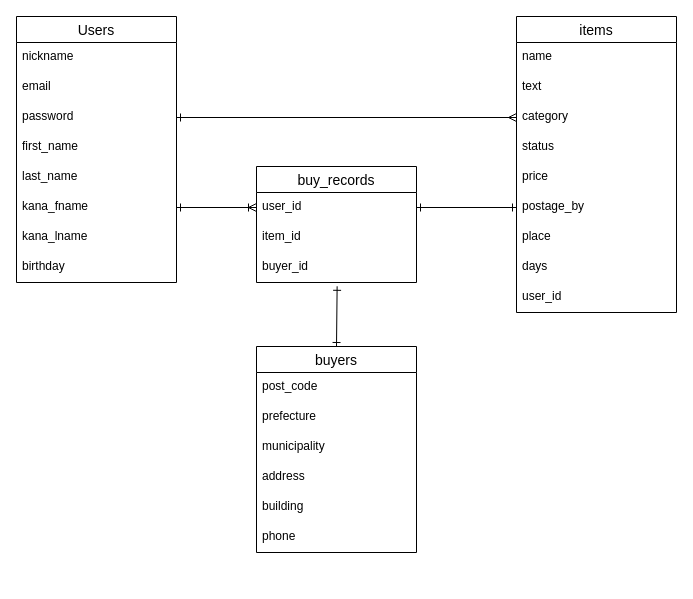
Earlier version of the draw.io diagram ER.dio (minidebu/furima-37327). Source tidied: cells renumbered, new cells numbered last; positions are measured from the earlier drawing's top-left corner, leaving out a move shared by most shapes. Both pictures are drawn from the tidied source at 100%, with x=0, y=0 at pixel (16, 16).
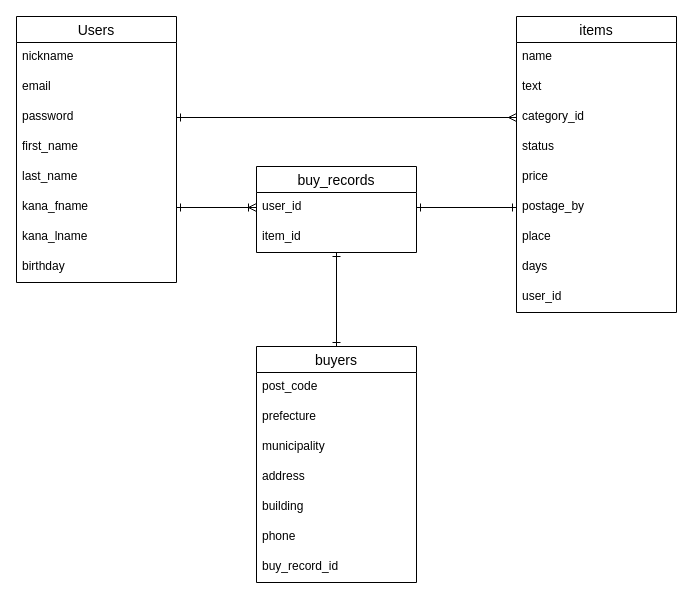
The same diagram, later.

The change refers to these unchanged cells:
```xml
<mxCell id="19" value="items" style="swimlane;fontStyle=0;horizontal=1;startSize=26;align=center;fontSize=14;" parent="1" vertex="1">
  <mxGeometry x="500" width="160" height="296" as="geometry" />
</mxCell>
<mxCell id="31" value="item_id" style="text;strokeColor=none;fillColor=none;spacingLeft=4;spacingRight=4;overflow=hidden;points=[[0,0.5],[1,0.5]];portConstraint=eastwest;fontSize=12;" parent="29" vertex="1">
  <mxGeometry y="56" width="160" height="30" as="geometry" />
</mxCell>
```

What changed in the source:
```diff
@@
-    <mxCell id="11" style="edgeStyle=none;html=1;exitX=0.5;exitY=0;exitDx=0;exitDy=0;entryX=0.504;entryY=1.127;entryDx=0;entryDy=0;entryPerimeter=0;startArrow=ERone;startFill=0;endArrow=ERone;endFill=0;" parent="1" edge="1" source="12" target="32">
+    <mxCell id="11" style="edgeStyle=none;html=1;exitX=0.5;exitY=0;exitDx=0;exitDy=0;startArrow=ERone;startFill=0;endArrow=ERone;endFill=0;" parent="1" edge="1" source="12" target="31">
       <mxGeometry relative="1" as="geometry" />
     </mxCell>
     <mxCell id="12" value="buyers" style="swimlane;fontStyle=0;horizontal=1;startSize=26;align=center;fontSize=14;" parent="1" vertex="1">
-      <mxGeometry x="240" y="330" width="160" height="206" as="geometry" />
+      <mxGeometry x="240" y="330" width="160" height="236" as="geometry" />
     </mxCell>
@@
+    <mxCell id="36" value="buy_record_id" style="text;strokeColor=none;fillColor=none;spacingLeft=4;spacingRight=4;overflow=hidden;fontSize=12;" parent="12" vertex="1">
+      <mxGeometry y="206" width="160" height="30" as="geometry" />
+    </mxCell>
@@
-    <mxCell id="22" value="category" style="text;strokeColor=none;fillColor=none;spacingLeft=4;spacingRight=4;overflow=hidden;points=[[0,0.5],[1,0.5]];portConstraint=eastwest;fontSize=12;" parent="19" vertex="1">
+    <mxCell id="22" value="category_id" style="text;strokeColor=none;fillColor=none;spacingLeft=4;spacingRight=4;overflow=hidden;points=[[0,0.5],[1,0.5]];portConstraint=eastwest;fontSize=12;" parent="19" vertex="1">
       <mxGeometry y="86" width="160" height="30" as="geometry" />
     </mxCell>
@@
     <mxCell id="29" value="buy_records" style="swimlane;fontStyle=0;horizontal=1;startSize=26;align=center;fontSize=14;" parent="1" vertex="1">
-      <mxGeometry x="240" y="150" width="160" height="116" as="geometry" />
+      <mxGeometry x="240" y="150" width="160" height="86" as="geometry" />
     </mxCell>
@@
-    <mxCell id="32" value="buyer_id" style="text;strokeColor=none;fillColor=none;spacingLeft=4;spacingRight=4;overflow=hidden;points=[[0,0.5],[1,0.5]];portConstraint=eastwest;fontSize=12;" parent="29" vertex="1">
-      <mxGeometry y="86" width="160" height="30" as="geometry" />
-    </mxCell>
```
